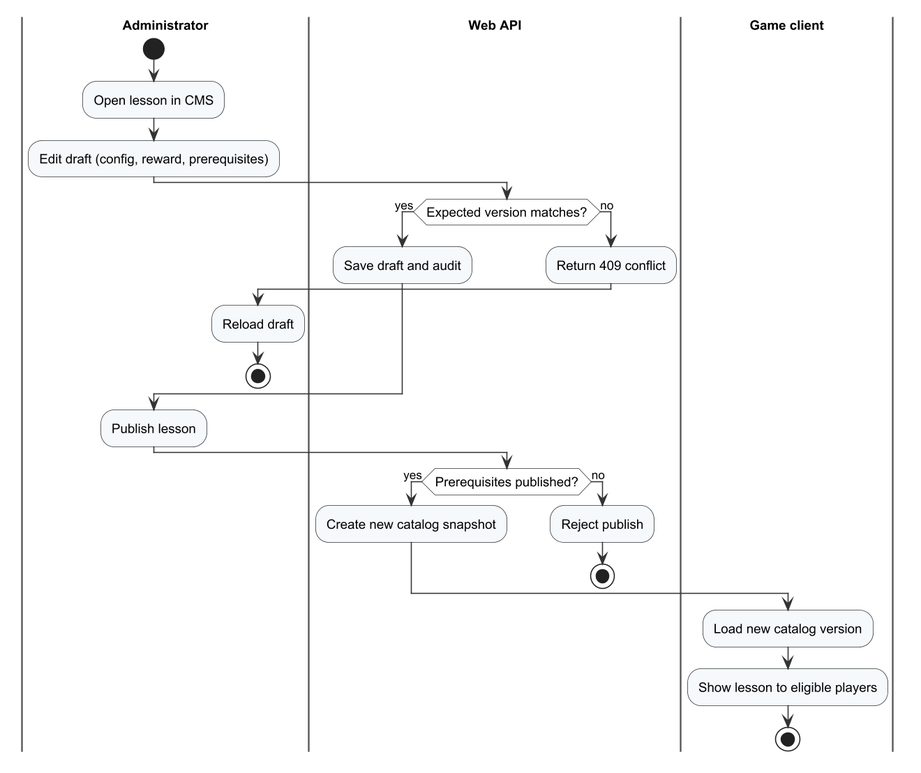
Before: Doc/Project_report/Report/diagrams/png/r4_act_content.png, a diagram exported from PlantUML (Tad-Min/PickleVerse).
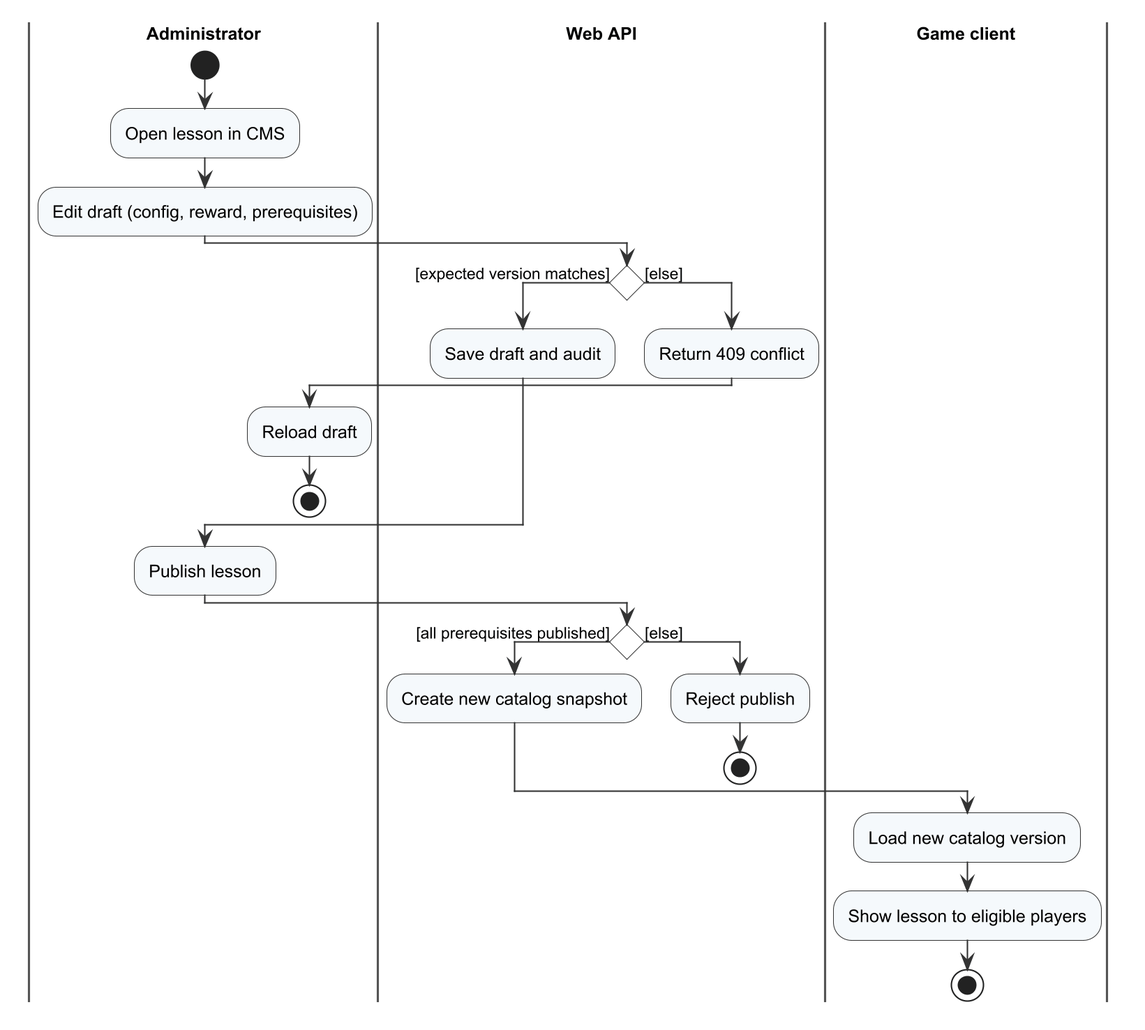
After the commit.

The edit, as a diff of the source:
```diff
@@ -5,9 +5,9 @@
 :Open lesson in CMS;
 :Edit draft (config, reward, prerequisites);
 |Web API|
-if (Expected version matches?) then (yes)
+if () then ([expected version matches])
   :Save draft and audit;
-else (no)
+else ([else])
   :Return 409 conflict;
   |Administrator|
   :Reload draft;
@@ -16,9 +16,9 @@
 |Administrator|
 :Publish lesson;
 |Web API|
-if (Prerequisites published?) then (yes)
+if () then ([all prerequisites published])
   :Create new catalog snapshot;
-else (no)
+else ([else])
   :Reject publish;
   stop
 endif
```
